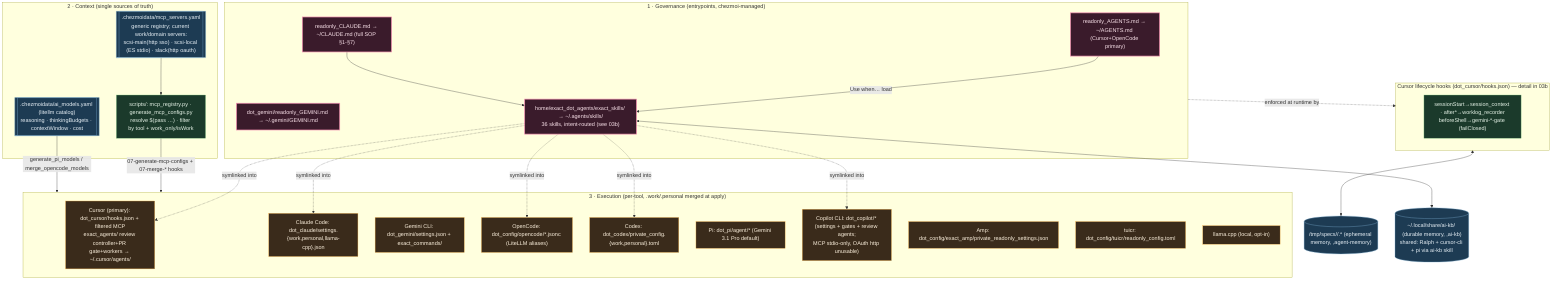
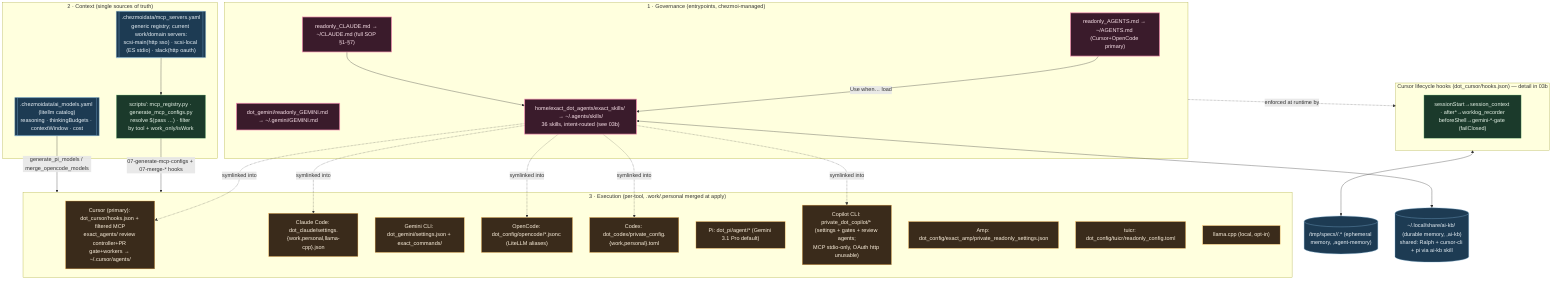
%% ============================================================================
%% 03-agentic-os.mmd — Agentic OS: governance + context + execution layers.
%% Entry SOPs + MCP/model registries + per-tool config generation.
%% Skills/hooks file-level detail → 03b. Per-tool config files → 12.
%% ============================================================================
flowchart TB
    classDef gov fill:#3a1b2b,stroke:#f48fb1,color:#fce4ec,stroke-width:2px;
    classDef ctx fill:#1b3a2b,stroke:#81c784,color:#e8f5e9;
    classDef exec fill:#3a2b1b,stroke:#ffb74d,color:#fff3e0;
    classDef data fill:#1d3b53,stroke:#7fb3d5,color:#eaf2f8;

    subgraph GOV["1 · Governance (entrypoints, chezmoi-managed)"]
        AG["readonly_AGENTS.md → ~/AGENTS.md (Cursor+OpenCode primary)"]:::gov
        CL["readonly_CLAUDE.md → ~/CLAUDE.md (full SOP §1-§7)"]:::gov
        GM["dot_gemini/readonly_GEMINI.md → ~/.gemini/GEMINI.md"]:::gov
        SK["home/exact_dot_agents/exact_skills/ → ~/.agents/skills/<br/>36 skills, intent-routed (see 03b)"]:::gov
        AG -->|Use when… load| SK
        CL --> SK
    end

    subgraph CTX["2 · Context (single sources of truth)"]
        REG[[".chezmoidata/mcp_servers.yaml<br/>generic registry; current work/domain servers:<br/>scsi-main(http sso) · scsi-local (ES stdio) · slack(http oauth)"]]:::data
        MODELS[[".chezmoidata/ai_models.yaml (litellm catalog)<br/>reasoning · thinkingBudgets · contextWindow · cost"]]:::data
        GEN["scripts/: mcp_registry.py · generate_mcp_configs.py<br/>resolve $(pass …) · filter by tool + work_only/isWork"]:::ctx
        REG --> GEN
    end

    subgraph EXECL["3 · Execution (per-tool, .work/.personal merged at apply)"]
        CURSOR["Cursor (primary): dot_cursor/hooks.json + filtered MCP<br/>exact_agents/ review controller+PR gate+workers → ~/.cursor/agents/"]:::exec
        CLAUDE["Claude Code: dot_claude/settings.{work,personal,llama-cpp}.json"]:::exec
        GEMINI["Gemini CLI: dot_gemini/settings.json + exact_commands/"]:::exec
        OPENCODE["OpenCode: dot_config/opencode/*.jsonc (LiteLLM aliases)"]:::exec
        CODEX["Codex: dot_codex/private_config.{work,personal}.toml"]:::exec
        PI["Pi: dot_pi/agent/* (Gemini 3.1 Pro default)"]:::exec
-         COPILOT["Copilot CLI: dot_copilot/* (settings + gates + review agents;<br/>MCP stdio-only, OAuth http unusable)"]:::exec
+         COPILOT["Copilot CLI: private_dot_copilot/* (settings + gates + review agents;<br/>MCP stdio-only, OAuth http unusable)"]:::exec
        AMP["Amp: dot_config/exact_amp/private_readonly_settings.json"]:::exec
        TUICR["tuicr: dot_config/tuicr/readonly_config.toml"]:::exec
        LOCAL["llama.cpp (local, opt-in)"]:::exec
    end

    GEN -->|07-generate-mcp-configs + 07-merge-* hooks| EXECL
    MODELS -->|generate_pi_models / merge_opencode_models| EXECL
    SK -. symlinked into .-> CURSOR & CLAUDE & OPENCODE & CODEX & COPILOT

    subgraph HOOKS["Cursor lifecycle hooks (dot_cursor/hooks.json) — detail in 03b"]
        H["sessionStart→session_context · after*→worklog_recorder<br/>beforeShell→gemini-*-gate (failClosed)"]:::ctx
    end
    GOV -.enforced at runtime by.-> HOOKS
    MEM[("/tmp/specs/<pwd>/<topic>.* (ephemeral memory, ,agent-memory)")]:::data
    HOOKS <--> MEM
    KBDB[("~/.local/share/ai-kb/ (durable memory, ,ai-kb)<br/>shared: Ralph + cursor-cli + pi via ai-kb skill")]:::data
    SK <--> KBDB
